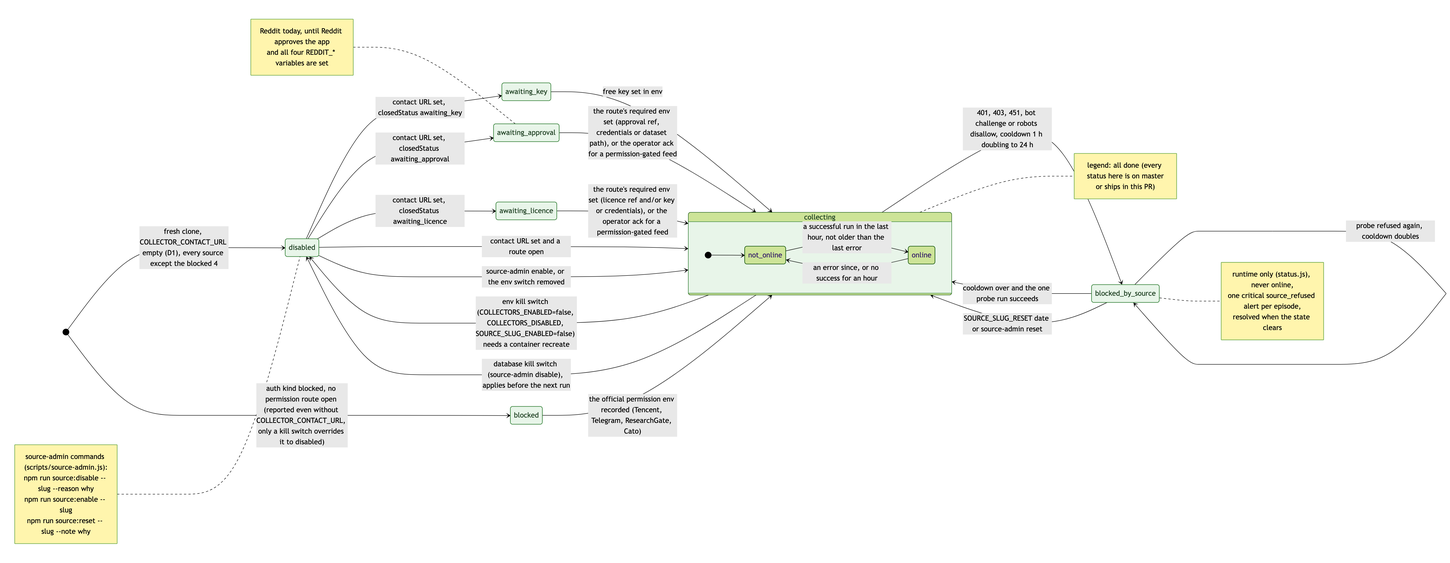
Above: docs/diagrams/states/source-gate-status.png in jennifer-mckinney/pulse-of-ai (Mermaid), before the change. Its source is kept beside it as docs/diagrams/states/source-gate-status.mmd.
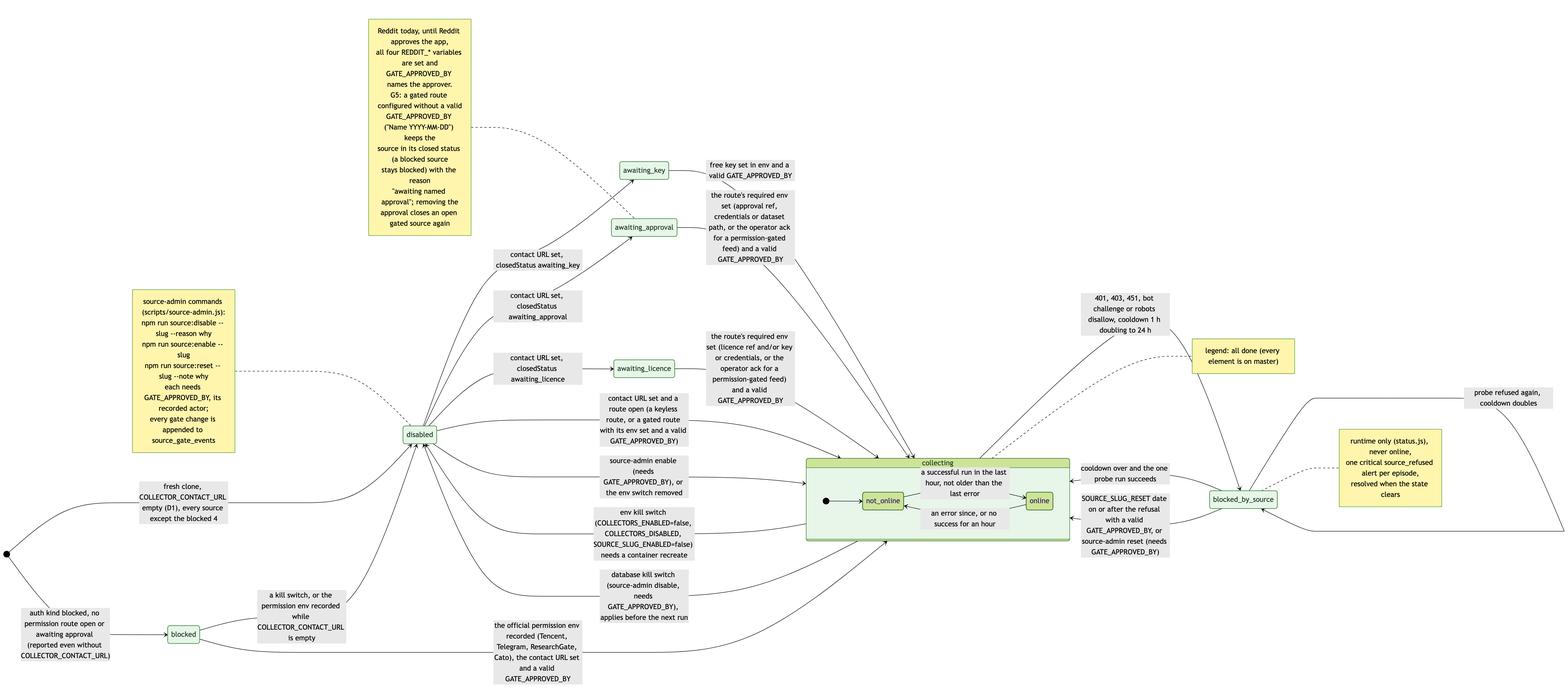
Later version of the same file.

Change to the diagram source:
```diff
@@ -11,24 +11,25 @@
   state "collecting" as collecting
   state "blocked_by_source" as blocked_by_source
 
-  disabled --> collecting : contact URL set and a route open
+  disabled --> collecting : contact URL set and a route open (a keyless route, or a gated route with its env set and a valid GATE_APPROVED_BY)
   disabled --> awaiting_key : contact URL set, closedStatus awaiting_key
   disabled --> awaiting_approval : contact URL set, closedStatus awaiting_approval
   disabled --> awaiting_licence : contact URL set, closedStatus awaiting_licence
-  [*] --> blocked : auth kind blocked, no permission route open (reported even without COLLECTOR_CONTACT_URL, only a kill switch overrides it to disabled)
+  [*] --> blocked : auth kind blocked, no permission route open or awaiting approval (reported even without COLLECTOR_CONTACT_URL)
 
-  awaiting_key --> collecting : free key set in env
-  awaiting_approval --> collecting : the route's required env set (approval ref, credentials or dataset path), or the operator ack for a permission-gated feed
-  awaiting_licence --> collecting : the route's required env set (licence ref and/or key or credentials), or the operator ack for a permission-gated feed
-  blocked --> collecting : the official permission env recorded (Tencent, Telegram, ResearchGate, Cato)
+  awaiting_key --> collecting : free key set in env and a valid GATE_APPROVED_BY
+  awaiting_approval --> collecting : the route's required env set (approval ref, credentials or dataset path, or the operator ack for a permission-gated feed) and a valid GATE_APPROVED_BY
+  awaiting_licence --> collecting : the route's required env set (licence ref and/or key or credentials, or the operator ack for a permission-gated feed) and a valid GATE_APPROVED_BY
+  blocked --> collecting : the official permission env recorded (Tencent, Telegram, ResearchGate, Cato), the contact URL set and a valid GATE_APPROVED_BY
+  blocked --> disabled : a kill switch, or the permission env recorded while COLLECTOR_CONTACT_URL is empty
 
   collecting --> disabled : env kill switch (COLLECTORS_ENABLED=false, COLLECTORS_DISABLED, SOURCE_SLUG_ENABLED=false) needs a container recreate
-  collecting --> disabled : database kill switch (source-admin disable), applies before the next run
-  disabled --> collecting : source-admin enable, or the env switch removed
+  collecting --> disabled : database kill switch (source-admin disable, needs GATE_APPROVED_BY), applies before the next run
+  disabled --> collecting : source-admin enable (needs GATE_APPROVED_BY), or the env switch removed
   collecting --> blocked_by_source : 401, 403, 451, bot challenge or robots disallow, cooldown 1 h doubling to 24 h
   blocked_by_source --> collecting : cooldown over and the one probe run succeeds
   blocked_by_source --> blocked_by_source : probe refused again, cooldown doubles
-  blocked_by_source --> collecting : SOURCE_SLUG_RESET date or source-admin reset
+  blocked_by_source --> collecting : SOURCE_SLUG_RESET date on or after the refusal with a valid GATE_APPROVED_BY, or source-admin reset (needs GATE_APPROVED_BY)
 
   state collecting {
     direction LR
@@ -43,8 +44,15 @@
     resolved when the state clears
   end note
   note left of awaiting_approval
-    Reddit today, until Reddit approves the app
-    and all four REDDIT_* variables are set
+    Reddit today, until Reddit approves the app,
+    all four REDDIT_* variables are set and
+    GATE_APPROVED_BY names the approver.
+    G5: a gated route configured without a valid
+    GATE_APPROVED_BY ("Name YYYY-MM-DD") keeps the
+    source in its closed status (a blocked source
+    stays blocked) with the reason
+    "awaiting named approval"; removing the
+    approval closes an open gated source again
   end note
 
   note left of disabled
@@ -52,13 +60,13 @@
     npm run source:disable -- slug --reason why
     npm run source:enable -- slug
     npm run source:reset -- slug --note why
+    each needs GATE_APPROVED_BY, its recorded actor;
+    every gate change is appended to source_gate_events
   end note
 
   note right of collecting
-    legend: all done (every status here is on master
-    or ships in this PR)
+    legend: all done (every element is on master)
   end note
 
   classDef done fill:#e8f5e9,stroke:#2e7d32,color:#1b3d1f
-  classDef wip fill:#fff8e1,stroke:#b7791f,color:#5c3d00,stroke-dasharray:5 3
   class disabled, awaiting_key, awaiting_approval, awaiting_licence, blocked, collecting, blocked_by_source done
```
